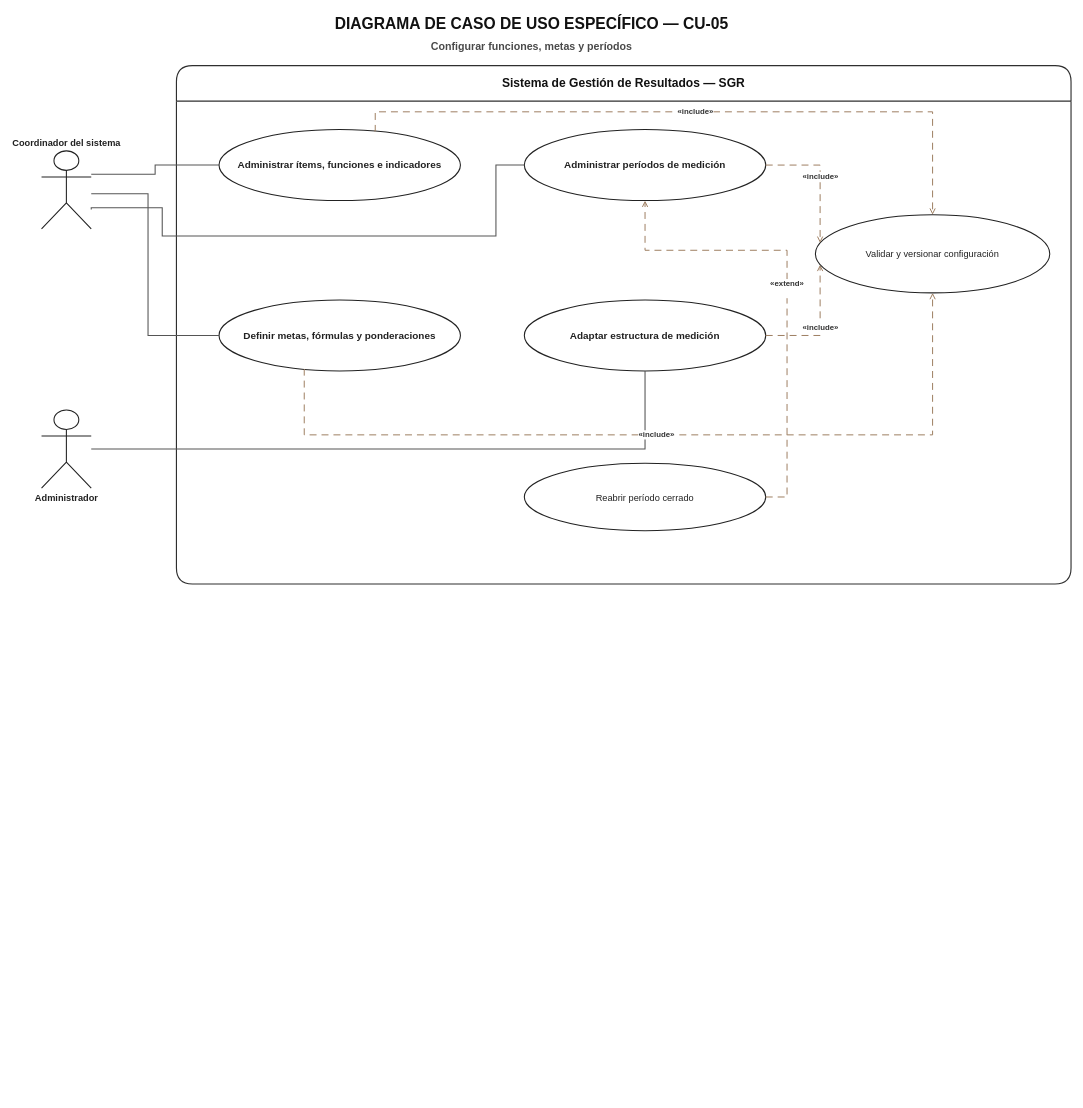
Before: docs/uml/02_casos_de_uso/02_especificos/CU05_configurar_funciones_metas_y_periodos/Diagrama_Caso_Uso_Especifico_CU05_SGR.drawio in MasterCapehart/sgr-proyecto-integrado, a draw.io diagram. Source tidied: cells renumbered, new cells numbered last; positions are measured from the earlier drawing's top-left corner, leaving out a move shared by most shapes. Both pictures are drawn from the tidied source at 71%, with x=0, y=0 at pixel (41, 12).
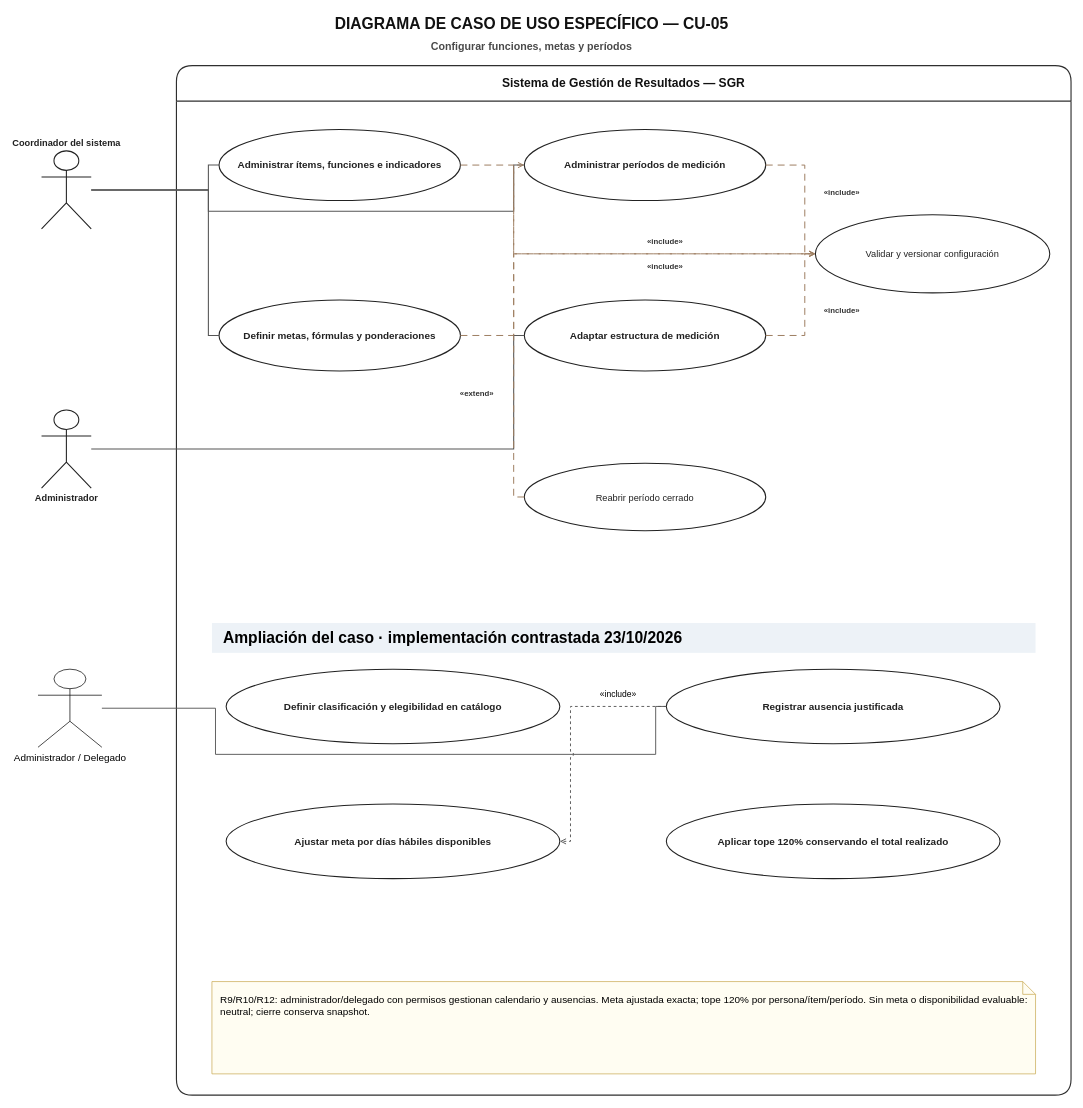
The same page after the edit.

Unchanged cells that the change refers to:
```xml
<mxCell id="5" value="Coordinador del sistema" style="shape=umlActor;verticalLabelPosition=top;verticalAlign=bottom;html=1;outlineConnect=0;fillColor=#FFFFFF;strokeColor=#222222;fontColor=#222222;fontSize=13;fontStyle=1;strokeWidth=1.5;" parent="1" vertex="1">
  <mxGeometry y="195" width="70" height="110" as="geometry" />
</mxCell>
<mxCell id="6" value="Administrador" style="shape=umlActor;verticalLabelPosition=bottom;verticalAlign=top;html=1;outlineConnect=0;fillColor=#FFFFFF;strokeColor=#222222;fontColor=#222222;fontSize=13;fontStyle=1;strokeWidth=1.5;" parent="1" vertex="1">
  <mxGeometry y="560" width="70" height="110" as="geometry" />
</mxCell>
<mxCell id="7" value="Administrar ítems, funciones e indicadores" style="ellipse;whiteSpace=wrap;html=1;fillColor=#FFFFFF;strokeColor=#222222;fontColor=#222222;fontSize=14;strokeWidth=1.5;fontStyle=1;" parent="1" vertex="1">
  <mxGeometry x="250" y="165" width="340" height="100" as="geometry" />
</mxCell>
<mxCell id="8" value="Definir metas, fórmulas y ponderaciones" style="ellipse;whiteSpace=wrap;html=1;fillColor=#FFFFFF;strokeColor=#222222;fontColor=#222222;fontSize=14;strokeWidth=1.5;fontStyle=1;" parent="1" vertex="1">
  <mxGeometry x="250" y="405" width="340" height="100" as="geometry" />
</mxCell>
<mxCell id="9" value="Administrar períodos de medición" style="ellipse;whiteSpace=wrap;html=1;fillColor=#FFFFFF;strokeColor=#222222;fontColor=#222222;fontSize=14;strokeWidth=1.5;fontStyle=1;" parent="1" vertex="1">
  <mxGeometry x="680" y="165" width="340" height="100" as="geometry" />
</mxCell>
<mxCell id="10" value="Adaptar estructura de medición" style="ellipse;whiteSpace=wrap;html=1;fillColor=#FFFFFF;strokeColor=#222222;fontColor=#222222;fontSize=14;strokeWidth=1.5;fontStyle=1;" parent="1" vertex="1">
  <mxGeometry x="680" y="405" width="340" height="100" as="geometry" />
</mxCell>
<mxCell id="11" value="Validar y versionar configuración" style="ellipse;whiteSpace=wrap;html=1;fillColor=#FFFFFF;strokeColor=#222222;fontColor=#222222;fontSize=13;strokeWidth=1.5;" parent="1" vertex="1">
  <mxGeometry x="1090" y="285" width="330" height="110" as="geometry" />
</mxCell>
<mxCell id="12" value="Reabrir período cerrado" style="ellipse;whiteSpace=wrap;html=1;fillColor=#FFFFFF;strokeColor=#222222;fontColor=#222222;fontSize=13;strokeWidth=1.5;" parent="1" vertex="1">
  <mxGeometry x="680" y="635" width="340" height="95" as="geometry" />
</mxCell>
```

Diff of the diagram source:
```diff
@@
     <mxCell id="4" value="Sistema de Gestión de Resultados — SGR" style="swimlane;horizontal=1;startSize=50;rounded=1;whiteSpace=wrap;html=1;fillColor=#FFFFFF;swimlaneFillColor=#FFFFFF;strokeColor=#2F2F2F;fontColor=#111111;fontSize=17;fontStyle=1;spacing=8;strokeWidth=1.6;" parent="1" vertex="1">
-      <mxGeometry x="190" y="75" width="1260" height="730" as="geometry" />
+      <mxGeometry x="190" y="75" width="1260" height="1450" as="geometry" />
     </mxCell>
@@
-    <mxCell id="13" style="edgeStyle=orthogonalEdgeStyle;jettySize=auto;endArrow=none;startArrow=none;html=1;rounded=0;strokeColor=#555555;strokeWidth=1.5;exitX=1;exitY=0.3;entryX=0;entryY=0.5;" parent="1" edge="1" source="5" target="7">
-      <mxGeometry relative="1" as="geometry" />
+    <mxCell id="13" style="jettySize=auto;endArrow=none;startArrow=none;html=1;strokeColor=#555555;strokeWidth=1.5;jumpSize=8;edgeStyle=none;noEdgeStyle=1;rounded=0;exitX=1;exitY=0.5;entryX=0;entryY=0.5;exitPerimeter=0;entryPerimeter=0;jumpStyle=arc;jumpSize=8;" parent="1" edge="1" source="5" target="7">
+      <mxGeometry relative="1" as="geometry">
+        <Array as="points">
+          <mxPoint x="235" y="250" />
+          <mxPoint x="235" y="215" />
+        </Array>
+      </mxGeometry>
     </mxCell>
-    <mxCell id="14" style="edgeStyle=orthogonalEdgeStyle;jettySize=auto;endArrow=none;startArrow=none;html=1;rounded=0;strokeColor=#555555;strokeWidth=1.5;exitX=1;exitY=0.55;entryX=0;entryY=0.5;" parent="1" edge="1" source="5" target="8">
+    <mxCell id="14" style="jettySize=auto;endArrow=none;startArrow=none;html=1;strokeColor=#555555;strokeWidth=1.5;jumpSize=8;edgeStyle=none;noEdgeStyle=1;rounded=0;exitX=1;exitY=0.5;entryX=0;entryY=0.5;exitPerimeter=0;entryPerimeter=0;jumpStyle=arc;jumpSize=8;" parent="1" edge="1" source="5" target="8">
       <mxGeometry relative="1" as="geometry">
         <Array as="points">
-          <mxPoint x="150" y="255" />
-          <mxPoint x="150" y="455" />
+          <mxPoint x="235" y="250" />
+          <mxPoint x="235" y="455" />
         </Array>
       </mxGeometry>
     </mxCell>
-    <mxCell id="15" style="edgeStyle=orthogonalEdgeStyle;jettySize=auto;endArrow=none;startArrow=none;html=1;rounded=0;strokeColor=#555555;strokeWidth=1.5;exitX=1;exitY=0.75;entryX=0;entryY=0.5;" parent="1" edge="1" source="5" target="9">
+    <mxCell id="15" style="jettySize=auto;endArrow=none;startArrow=none;html=1;strokeColor=#555555;strokeWidth=1.5;jumpSize=8;edgeStyle=none;noEdgeStyle=1;rounded=0;exitX=1;exitY=0.5;entryX=0;entryY=0.5;exitPerimeter=0;entryPerimeter=0;jumpStyle=arc;jumpSize=8;" parent="1" edge="1" source="5" target="9">
       <mxGeometry relative="1" as="geometry">
         <Array as="points">
-          <mxPoint x="170" y="275" />
-          <mxPoint x="170" y="315" />
-          <mxPoint x="640" y="315" />
-          <mxPoint x="640" y="215" />
+          <mxPoint x="235" y="250" />
+          <mxPoint x="235" y="280" />
+          <mxPoint x="665" y="280" />
+          <mxPoint x="665" y="215" />
         </Array>
       </mxGeometry>
     </mxCell>
-    <mxCell id="16" style="edgeStyle=orthogonalEdgeStyle;jettySize=auto;endArrow=none;startArrow=none;html=1;rounded=0;strokeColor=#555555;strokeWidth=1.5;exitX=1;exitY=0.5;entryX=0;entryY=0.5;exitX=1;exitY=0.5;entryX=0.5;entryY=1;" parent="1" edge="1" source="6" target="10">
+    <mxCell id="16" style="jettySize=auto;endArrow=none;startArrow=none;html=1;strokeColor=#555555;strokeWidth=1.5;jumpSize=8;edgeStyle=none;noEdgeStyle=1;rounded=0;exitX=1;exitY=0.5;entryX=0;entryY=0.5;exitPerimeter=0;entryPerimeter=0;jumpStyle=arc;jumpSize=8;" parent="1" edge="1" source="6" target="10">
       <mxGeometry relative="1" as="geometry">
         <Array as="points">
-          <mxPoint x="150" y="615" />
-          <mxPoint x="630" y="615" />
-          <mxPoint x="850" y="615" />
+          <mxPoint x="665" y="615" />
+          <mxPoint x="665" y="455" />
         </Array>
       </mxGeometry>
     </mxCell>
-    <mxCell id="17" value="«include»" style="edgeStyle=orthogonalEdgeStyle;jettySize=auto;endArrow=open;endFill=0;startArrow=none;html=1;rounded=0;dashed=1;dashPattern=7 5;strokeColor=#9E7E61;strokeWidth=1.4;fontSize=11;fontStyle=1;labelBackgroundColor=#FFFFFF;exitX=0.65;exitY=0;entryX=0.5;entryY=0;fontColor=#333333;" parent="1" edge="1" source="7" target="11">
-      <mxGeometry relative="1" as="geometry">
+    <mxCell id="17" value="«include»" style="jettySize=auto;endArrow=open;endFill=0;startArrow=none;html=1;dashed=1;dashPattern=7 5;strokeColor=#9E7E61;strokeWidth=1.4;fontSize=11;fontStyle=1;labelBackgroundColor=#FFFFFF;fontColor=#333333;jumpSize=8;edgeStyle=none;noEdgeStyle=1;rounded=0;exitX=1;exitY=0.5;entryX=0;entryY=0.5;exitPerimeter=0;entryPerimeter=0;jumpStyle=arc;jumpSize=8;" parent="1" edge="1" source="7" target="11">
+      <mxGeometry x="0.32" relative="1" as="geometry">
         <Array as="points">
-          <mxPoint x="470" y="140" />
-          <mxPoint x="1255" y="140" />
+          <mxPoint x="665" y="215" />
+          <mxPoint x="665" y="340" />
         </Array>
+        <mxPoint y="-18" as="offset" />
       </mxGeometry>
     </mxCell>
-    <mxCell id="18" value="«include»" style="edgeStyle=orthogonalEdgeStyle;jettySize=auto;endArrow=open;endFill=0;startArrow=none;html=1;rounded=0;dashed=1;dashPattern=7 5;strokeColor=#9E7E61;strokeWidth=1.4;fontSize=11;fontStyle=1;labelBackgroundColor=#FFFFFF;exitX=0.35;exitY=1;entryX=0.5;entryY=1;fontColor=#333333;" parent="1" edge="1" source="8" target="11">
-      <mxGeometry relative="1" as="geometry">
+    <mxCell id="18" value="«include»" style="jettySize=auto;endArrow=open;endFill=0;startArrow=none;html=1;dashed=1;dashPattern=7 5;strokeColor=#9E7E61;strokeWidth=1.4;fontSize=11;fontStyle=1;labelBackgroundColor=#FFFFFF;fontColor=#333333;jumpSize=8;edgeStyle=none;noEdgeStyle=1;rounded=0;exitX=1;exitY=0.5;entryX=0;entryY=0.5;exitPerimeter=0;entryPerimeter=0;jumpStyle=arc;jumpSize=8;" parent="1" edge="1" source="8" target="11">
+      <mxGeometry x="0.31" relative="1" as="geometry">
         <Array as="points">
-          <mxPoint x="370" y="595" />
-          <mxPoint x="1255" y="595" />
+          <mxPoint x="665" y="455" />
+          <mxPoint x="665" y="340" />
         </Array>
+        <mxPoint y="18" as="offset" />
       </mxGeometry>
     </mxCell>
-    <mxCell id="19" value="«include»" style="edgeStyle=orthogonalEdgeStyle;jettySize=auto;endArrow=open;endFill=0;startArrow=none;html=1;rounded=0;dashed=1;dashPattern=7 5;strokeColor=#9E7E61;strokeWidth=1.4;fontSize=11;fontStyle=1;labelBackgroundColor=#FFFFFF;exitX=1;exitY=0.5;entryX=0;entryY=0.35;fontColor=#333333;" parent="1" edge="1" source="9" target="11">
-      <mxGeometry relative="1" as="geometry" />
+    <mxCell id="19" value="«include»" style="jettySize=auto;endArrow=open;endFill=0;startArrow=none;html=1;dashed=1;dashPattern=7 5;strokeColor=#9E7E61;strokeWidth=1.4;fontSize=11;fontStyle=1;labelBackgroundColor=#FFFFFF;fontColor=#333333;jumpSize=8;edgeStyle=none;noEdgeStyle=1;rounded=0;exitX=1;exitY=0.5;entryX=0;entryY=0.5;exitPerimeter=0;entryPerimeter=0;jumpStyle=arc;jumpSize=8;" parent="1" edge="1" source="9" target="11">
+      <mxGeometry x="-0.05" relative="1" as="geometry">
+        <Array as="points">
+          <mxPoint x="1075" y="215" />
+          <mxPoint x="1075" y="340" />
+        </Array>
+        <mxPoint x="52" as="offset" />
+      </mxGeometry>
     </mxCell>
-    <mxCell id="20" value="«include»" style="edgeStyle=orthogonalEdgeStyle;jettySize=auto;endArrow=open;endFill=0;startArrow=none;html=1;rounded=0;dashed=1;dashPattern=7 5;strokeColor=#9E7E61;strokeWidth=1.4;fontSize=11;fontStyle=1;labelBackgroundColor=#FFFFFF;exitX=1;exitY=0.5;entryX=0;entryY=0.65;fontColor=#333333;" parent="1" edge="1" source="10" target="11">
-      <mxGeometry relative="1" as="geometry" />
+    <mxCell id="20" value="«include»" style="jettySize=auto;endArrow=open;endFill=0;startArrow=none;html=1;dashed=1;dashPattern=7 5;strokeColor=#9E7E61;strokeWidth=1.4;fontSize=11;fontStyle=1;labelBackgroundColor=#FFFFFF;fontColor=#333333;jumpSize=8;edgeStyle=none;noEdgeStyle=1;rounded=0;exitX=1;exitY=0.5;entryX=0;entryY=0.5;exitPerimeter=0;entryPerimeter=0;jumpStyle=arc;jumpSize=8;" parent="1" edge="1" source="10" target="11">
+      <mxGeometry x="-0.03" relative="1" as="geometry">
+        <Array as="points">
+          <mxPoint x="1075" y="455" />
+          <mxPoint x="1075" y="340" />
+        </Array>
+        <mxPoint x="52" as="offset" />
+      </mxGeometry>
     </mxCell>
-    <mxCell id="21" value="«extend»&lt;div&gt;&lt;br/&gt;&lt;/div&gt;" style="edgeStyle=orthogonalEdgeStyle;jettySize=auto;endArrow=open;endFill=0;startArrow=none;html=1;rounded=0;dashed=1;dashPattern=7 5;strokeColor=#9E7E61;strokeWidth=1.4;fontSize=11;fontStyle=1;labelBackgroundColor=#FFFFFF;exitX=1;exitY=0.5;entryX=0.5;entryY=1;fontColor=#333333;" parent="1" edge="1" source="12" target="9">
-      <mxGeometry relative="1" as="geometry">
+    <mxCell id="21" value="«extend»&lt;div&gt;&lt;br/&gt;&lt;/div&gt;" style="jettySize=auto;endArrow=open;endFill=0;startArrow=none;html=1;dashed=1;dashPattern=7 5;strokeColor=#9E7E61;strokeWidth=1.4;fontSize=11;fontStyle=1;labelBackgroundColor=#FFFFFF;fontColor=#333333;jumpSize=8;edgeStyle=none;noEdgeStyle=1;rounded=0;exitX=0;exitY=0.5;entryX=0;entryY=0.5;exitPerimeter=0;entryPerimeter=0;jumpStyle=arc;jumpSize=8;" parent="1" edge="1" source="12" target="9">
+      <mxGeometry x="-0.38" relative="1" as="geometry">
         <Array as="points">
-          <mxPoint x="1050" y="682" />
-          <mxPoint x="1050" y="335" />
-          <mxPoint x="850" y="335" />
+          <mxPoint x="665" y="682.5" />
+          <mxPoint x="665" y="215" />
         </Array>
+        <mxPoint x="-52" as="offset" />
       </mxGeometry>
     </mxCell>
+    <mxCell id="22" value="Administrador / Delegado" style="shape=umlActor;verticalLabelPosition=bottom;verticalAlign=top;html=1;fontSize=14;" parent="1" vertex="1">
+      <mxGeometry x="-5" y="925" width="90" height="110" as="geometry" />
+    </mxCell>
+    <mxCell id="23" value="Ampliación del caso · implementación contrastada 23/10/2026" style="text;html=1;strokeColor=none;fillColor=#EDF2F7;align=left;verticalAlign=middle;fontSize=22;fontStyle=1;spacingLeft=14;" parent="1" vertex="1">
+      <mxGeometry x="240" y="860" width="1160" height="42" as="geometry" />
+    </mxCell>
+    <mxCell id="24" value="Definir clasificación y elegibilidad en catálogo" style="ellipse;whiteSpace=wrap;html=1;fillColor=#FFFFFF;strokeColor=#222222;fontColor=#222222;fontSize=14;strokeWidth=1.5;fontStyle=1;" parent="1" vertex="1">
+      <mxGeometry x="260" y="925" width="470" height="105" as="geometry" />
+    </mxCell>
+    <mxCell id="25" value="Registrar ausencia justificada" style="ellipse;whiteSpace=wrap;html=1;fillColor=#FFFFFF;strokeColor=#222222;fontColor=#222222;fontSize=14;strokeWidth=1.5;fontStyle=1;" parent="1" vertex="1">
+      <mxGeometry x="880" y="925" width="470" height="105" as="geometry" />
+    </mxCell>
+    <mxCell id="26" value="Ajustar meta por días hábiles disponibles" style="ellipse;whiteSpace=wrap;html=1;fillColor=#FFFFFF;strokeColor=#222222;fontColor=#222222;fontSize=14;strokeWidth=1.5;fontStyle=1;" parent="1" vertex="1">
+      <mxGeometry x="260" y="1115" width="470" height="105" as="geometry" />
+    </mxCell>
+    <mxCell id="27" value="Aplicar tope 120% conservando el total realizado" style="ellipse;whiteSpace=wrap;html=1;fillColor=#FFFFFF;strokeColor=#222222;fontColor=#222222;fontSize=14;strokeWidth=1.5;fontStyle=1;" parent="1" vertex="1">
+      <mxGeometry x="880" y="1115" width="470" height="105" as="geometry" />
+    </mxCell>
+    <mxCell id="28" style="html=1;strokeColor=#555555;strokeWidth=1.3;fontSize=12;labelBackgroundColor=#FFFFFF;startArrow=none;endArrow=none;jumpSize=8;edgeStyle=none;noEdgeStyle=1;rounded=0;exitX=1;exitY=0.5;entryX=0;entryY=0.5;exitPerimeter=0;entryPerimeter=0;jumpStyle=arc;jumpSize=8;" parent="1" edge="1" source="22" target="25">
+      <mxGeometry relative="1" as="geometry">
+        <Array as="points">
+          <mxPoint x="245" y="980" />
+          <mxPoint x="245" y="1045" />
+          <mxPoint x="865" y="1045" />
+          <mxPoint x="865" y="977.5" />
+        </Array>
+      </mxGeometry>
+    </mxCell>
+    <mxCell id="29" value="R9/R10/R12: administrador/delegado con permisos gestionan calendario y ausencias. Meta ajustada exacta; tope 120% por persona/ítem/período. Sin meta o disponibilidad evaluable: neutral; cierre conserva snapshot." style="shape=note;whiteSpace=wrap;html=1;size=18;fillColor=#FFFDF2;strokeColor=#C8A951;fontSize=14;align=left;verticalAlign=top;spacing=12;" parent="1" vertex="1">
+      <mxGeometry x="240" y="1365" width="1160" height="130" as="geometry" />
+    </mxCell>
+    <mxCell id="30" value="«include»" style="html=1;strokeColor=#555555;strokeWidth=1.3;fontSize=12;labelBackgroundColor=#FFFFFF;endArrow=open;endFill=0;dashed=1;jumpSize=8;edgeStyle=none;noEdgeStyle=1;rounded=0;exitX=0;exitY=0.5;entryX=1;entryY=0.5;exitPerimeter=0;entryPerimeter=0;jumpStyle=arc;jumpSize=8;" parent="1" edge="1" source="25" target="26">
+      <mxGeometry x="-0.6" relative="1" as="geometry">
+        <Array as="points">
+          <mxPoint x="745" y="977.5" />
+          <mxPoint x="745" y="1167.5" />
+        </Array>
+        <mxPoint y="-18" as="offset" />
+      </mxGeometry>
+    </mxCell>
```
